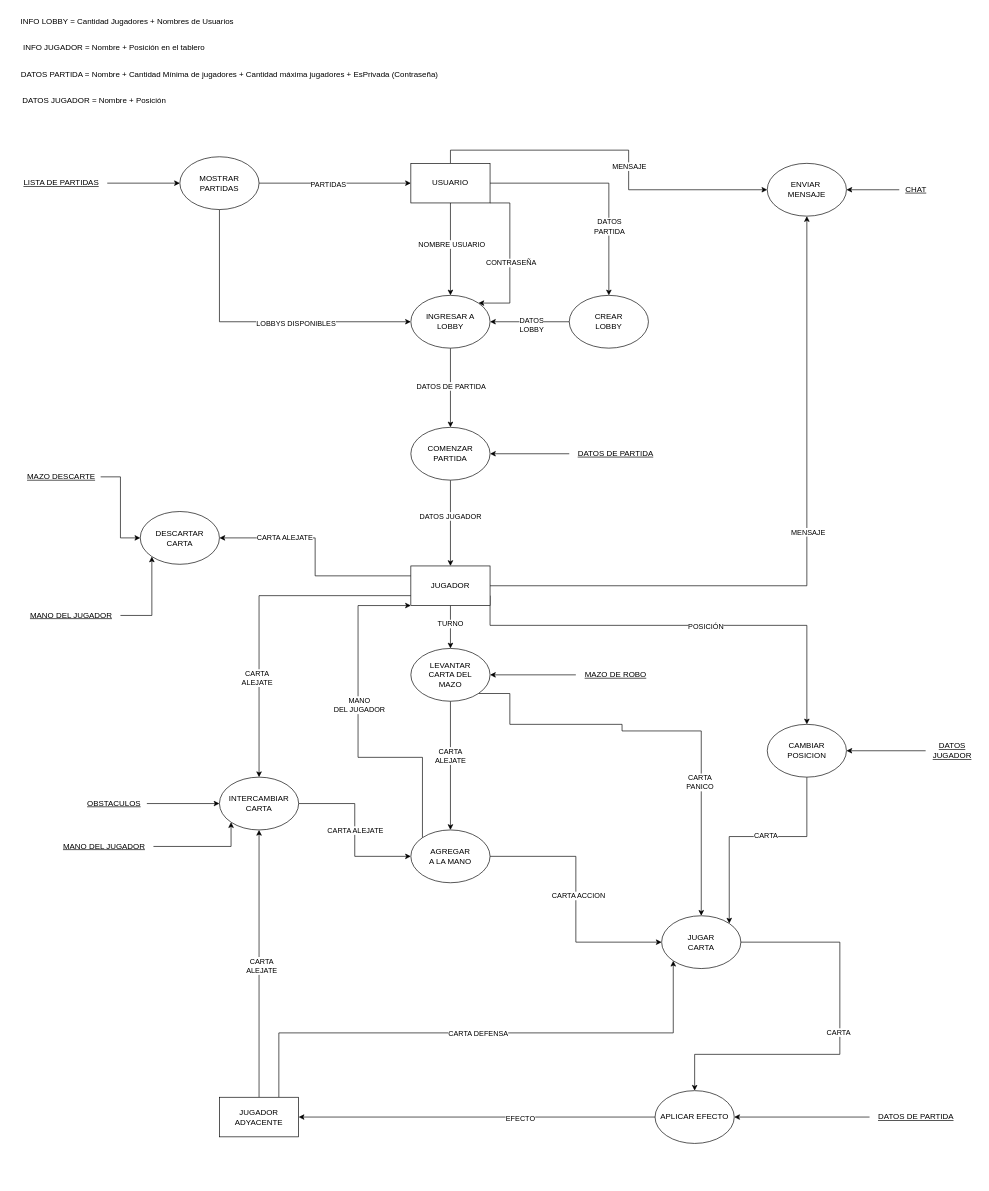
The draw.io diagram take-home/dfd.drawio in irmrz/ingenieria-software-1, before the edit. Source tidied: cells renumbered, new cells numbered last; positions are measured from the earlier drawing's top-left corner, leaving out a move shared by most shapes. Both pictures are drawn from the tidied source at 66%, with x=0, y=0 at pixel (15, 11).
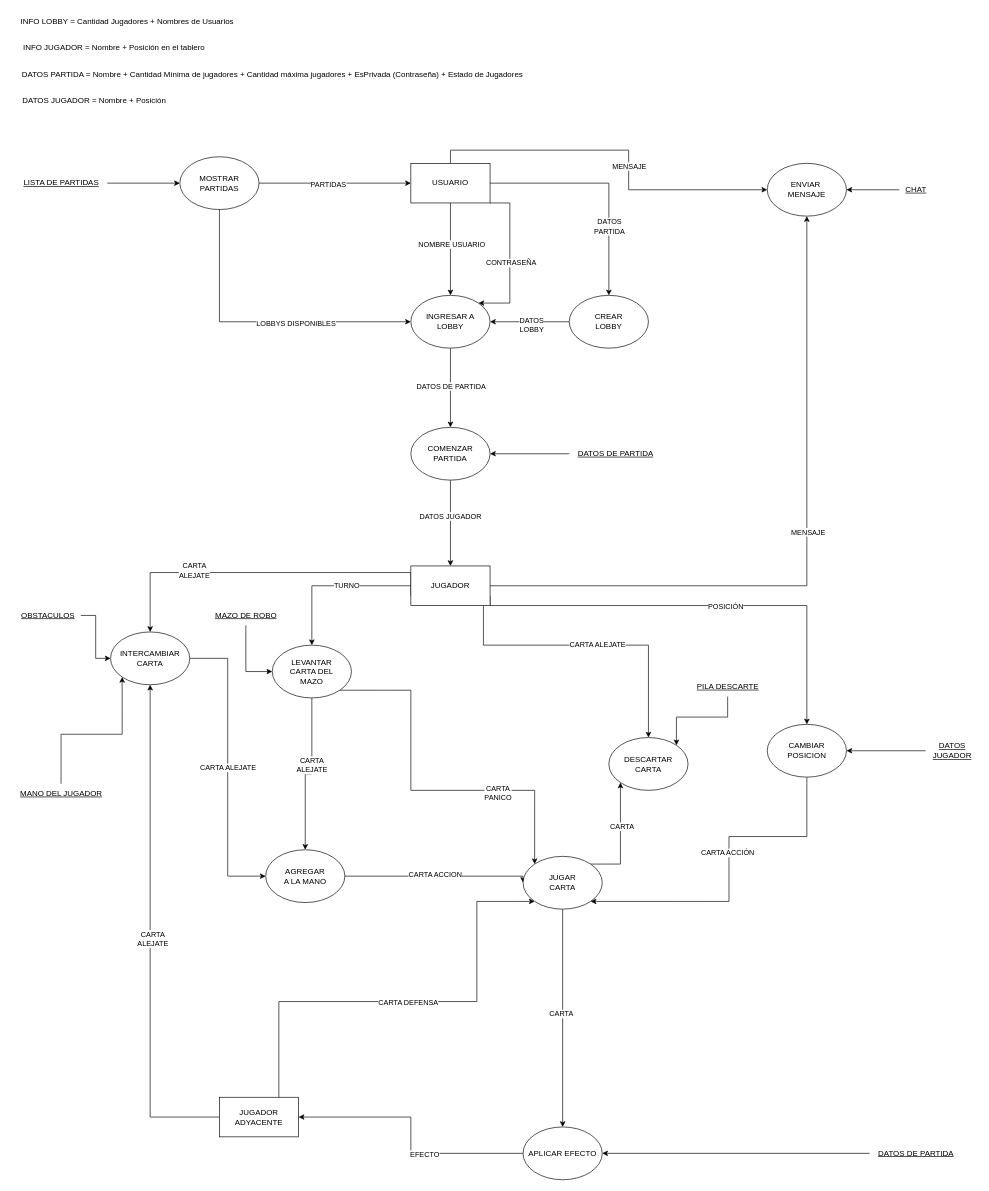
The same page after the edit.

The change refers to these unchanged cells:
```xml
<mxCell id="51" value="JUGADOR" style="rounded=0;whiteSpace=wrap;html=1;" parent="1" vertex="1">
  <mxGeometry x="600" y="840" width="120" height="60" as="geometry" />
</mxCell>
<mxCell id="82" value="&lt;div&gt;JUGADOR&lt;/div&gt;&lt;div&gt;ADYACENTE&lt;br&gt;&lt;/div&gt;" style="rounded=0;whiteSpace=wrap;html=1;" parent="1" vertex="1">
  <mxGeometry x="310" y="1645" width="120" height="60" as="geometry" />
</mxCell>
<mxCell id="95" value="&lt;div&gt;CAMBIAR&lt;/div&gt;&lt;div&gt;POSICION&lt;br&gt;&lt;/div&gt;" style="ellipse;whiteSpace=wrap;html=1;" parent="1" vertex="1">
  <mxGeometry x="1140" y="1080" width="120" height="80" as="geometry" />
</mxCell>
```

The edit, as a diff of the source:
```diff
@@
     <mxCell id="45" style="edgeStyle=orthogonalEdgeStyle;rounded=0;jettySize=auto;html=1;exitX=0;exitY=0.75;exitDx=0;exitDy=0;entryX=0.5;entryY=0;entryDx=0;entryDy=0;" parent="1" edge="1" source="51" target="77">
-      <mxGeometry relative="1" as="geometry" />
+      <mxGeometry relative="1" as="geometry">
+        <Array as="points">
+          <mxPoint x="600" y="850" />
+          <mxPoint x="205" y="850" />
+        </Array>
+      </mxGeometry>
     </mxCell>
@@
+    <mxCell id="49" style="edgeStyle=orthogonalEdgeStyle;rounded=0;jettySize=auto;html=1;exitX=1;exitY=0.75;exitDx=0;exitDy=0;entryX=0.5;entryY=0;entryDx=0;entryDy=0;" parent="1" edge="1" source="51" target="95">
+      <mxGeometry relative="1" as="geometry">
+        <Array as="points">
+          <mxPoint x="720" y="900" />
+          <mxPoint x="1200" y="900" />
+        </Array>
+      </mxGeometry>
+    </mxCell>
+    <mxCell id="50" value="POSICIÓN" style="edgeLabel;html=1;align=center;verticalAlign=middle;" parent="49" vertex="1">
+      <mxGeometry x="0.1" y="-1" relative="1" as="geometry" />
+    </mxCell>
-    <mxCell id="47" style="edgeStyle=orthogonalEdgeStyle;rounded=0;jettySize=auto;html=1;exitX=0;exitY=0.25;exitDx=0;exitDy=0;entryX=1;entryY=0.5;entryDx=0;entryDy=0;" parent="1" edge="1" source="51" target="74">
-      <mxGeometry relative="1" as="geometry" />
+    <mxCell id="47" style="edgeStyle=orthogonalEdgeStyle;rounded=0;jettySize=auto;html=1;entryX=0.5;entryY=0;entryDx=0;entryDy=0;" parent="1" edge="1" source="51" target="74">
+      <mxGeometry relative="1" as="geometry">
+        <Array as="points">
+          <mxPoint x="710" y="960" />
+          <mxPoint x="960" y="960" />
+        </Array>
+      </mxGeometry>
     </mxCell>
     <mxCell id="48" value="CARTA ALEJATE" style="edgeLabel;html=1;align=center;verticalAlign=middle;" parent="47" vertex="1">
-      <mxGeometry x="0.44" y="-1" relative="1" as="geometry">
-        <mxPoint x="1" as="offset" />
-      </mxGeometry>
+      <mxGeometry x="0.03" y="1" relative="1" as="geometry" />
     </mxCell>
-    <mxCell id="49" style="edgeStyle=orthogonalEdgeStyle;rounded=0;jettySize=auto;html=1;exitX=1;exitY=0.75;exitDx=0;exitDy=0;entryX=0.5;entryY=0;entryDx=0;entryDy=0;" parent="1" edge="1" source="51" target="95">
-      <mxGeometry relative="1" as="geometry">
-        <Array as="points">
-          <mxPoint x="720" y="930" />
-          <mxPoint x="1200" y="930" />
-        </Array>
-      </mxGeometry>
-    </mxCell>
-    <mxCell id="50" value="POSICIÓN" style="edgeLabel;html=1;align=center;verticalAlign=middle;" parent="49" vertex="1">
-      <mxGeometry x="0.1" y="-1" relative="1" as="geometry" />
-    </mxCell>
@@
-    <mxCell id="54" value="DATOS PARTIDA = Nombre + Cantidad Mínima de jugadores + Cantidad máxima jugadores + EsPrivada (Contraseña)" style="text;html=1;align=center;verticalAlign=middle;strokeColor=none;fillColor=none;" parent="1" vertex="1">
-      <mxGeometry y="80" width="650" height="30" as="geometry" />
+    <mxCell id="54" value="DATOS PARTIDA = Nombre + Cantidad Mínima de jugadores + Cantidad máxima jugadores + EsPrivada (Contraseña) + Estado de Jugadores" style="text;html=1;align=center;verticalAlign=middle;strokeColor=none;fillColor=none;" parent="1" vertex="1">
+      <mxGeometry y="80" width="780" height="30" as="geometry" />
     </mxCell>
@@
-    <mxCell id="60" style="edgeStyle=orthogonalEdgeStyle;rounded=0;jettySize=auto;html=1;exitX=1;exitY=1;exitDx=0;exitDy=0;entryX=0.5;entryY=0;entryDx=0;entryDy=0;" parent="1" edge="1" source="62" target="87">
+    <mxCell id="60" style="edgeStyle=orthogonalEdgeStyle;rounded=0;jettySize=auto;html=1;exitX=1;exitY=1;exitDx=0;exitDy=0;entryX=0;entryY=0;entryDx=0;entryDy=0;" parent="1" edge="1" source="62" target="87">
       <mxGeometry relative="1" as="geometry">
         <Array as="points">
-          <mxPoint x="750" y="1033" />
-          <mxPoint x="750" y="1080" />
-          <mxPoint x="920" y="1080" />
-          <mxPoint x="920" y="1090" />
+          <mxPoint x="600" y="1028" />
+          <mxPoint x="600" y="1180" />
+          <mxPoint x="788" y="1180" />
         </Array>
       </mxGeometry>
     </mxCell>
@@
     <mxCell id="62" value="&lt;div&gt;LEVANTAR &lt;br&gt;&lt;/div&gt;&lt;div&gt;CARTA DEL &lt;br&gt;&lt;/div&gt;&lt;div&gt;MAZO&lt;br&gt;&lt;/div&gt;" style="ellipse;whiteSpace=wrap;html=1;" parent="1" vertex="1">
-      <mxGeometry x="600" y="965" width="120" height="80" as="geometry" />
+      <mxGeometry x="390" y="960" width="120" height="80" as="geometry" />
     </mxCell>
-    <mxCell id="63" style="edgeStyle=orthogonalEdgeStyle;rounded=0;jettySize=auto;html=1;entryX=1;entryY=0.5;entryDx=0;entryDy=0;" parent="1" edge="1" source="64" target="62">
-      <mxGeometry relative="1" as="geometry" />
+    <mxCell id="63" style="edgeStyle=orthogonalEdgeStyle;rounded=0;jettySize=auto;html=1;" parent="1" edge="1" source="64">
+      <mxGeometry relative="1" as="geometry">
+        <mxPoint x="390" y="1000" as="targetPoint" />
+        <Array as="points">
+          <mxPoint x="350" y="1000" />
+        </Array>
+      </mxGeometry>
     </mxCell>
     <mxCell id="64" value="&lt;u&gt;MAZO DE ROBO&lt;br&gt;&lt;/u&gt;" style="text;html=1;align=center;verticalAlign=middle;points=[];strokeColor=none;fillColor=none;" parent="1" vertex="1">
-      <mxGeometry x="850" y="990" width="120" height="30" as="geometry" />
+      <mxGeometry x="290" y="900" width="120" height="30" as="geometry" />
     </mxCell>
-    <mxCell id="65" style="edgeStyle=orthogonalEdgeStyle;rounded=0;jettySize=auto;html=1;exitX=0;exitY=0;exitDx=0;exitDy=0;" parent="1" edge="1" source="69">
-      <mxGeometry relative="1" as="geometry">
-        <mxPoint x="600" y="900" as="targetPoint" />
-        <Array as="points">
-          <mxPoint x="618" y="1130" />
-          <mxPoint x="520" y="1130" />
-          <mxPoint x="520" y="900" />
-        </Array>
-      </mxGeometry>
-    </mxCell>
-    <mxCell id="66" value="&lt;div&gt;MANO&lt;/div&gt;&lt;div&gt;DEL JUGADOR&lt;br&gt;&lt;/div&gt;" style="edgeLabel;html=1;align=center;verticalAlign=middle;" parent="65" vertex="1">
-      <mxGeometry y="-1" relative="1" as="geometry">
-        <mxPoint y="-34" as="offset" />
-      </mxGeometry>
-    </mxCell>
     <mxCell id="67" style="edgeStyle=orthogonalEdgeStyle;rounded=0;jettySize=auto;html=1;exitX=1;exitY=0.5;exitDx=0;exitDy=0;entryX=0;entryY=0.5;entryDx=0;entryDy=0;" parent="1" edge="1" source="69" target="87">
-      <mxGeometry relative="1" as="geometry" />
+      <mxGeometry relative="1" as="geometry">
+        <Array as="points">
+          <mxPoint x="770" y="1310" />
+        </Array>
+      </mxGeometry>
     </mxCell>
@@
     <mxCell id="69" value="&lt;div&gt;AGREGAR&lt;/div&gt;&lt;div&gt;A LA MANO&lt;br&gt;&lt;/div&gt;" style="ellipse;whiteSpace=wrap;html=1;" parent="1" vertex="1">
-      <mxGeometry x="600" y="1240" width="120" height="80" as="geometry" />
+      <mxGeometry x="380" y="1270" width="120" height="80" as="geometry" />
     </mxCell>
-    <mxCell id="70" style="edgeStyle=orthogonalEdgeStyle;rounded=0;jettySize=auto;html=1;entryX=0;entryY=1;entryDx=0;entryDy=0;" parent="1" edge="1" source="71" target="74">
-      <mxGeometry relative="1" as="geometry" />
+    <mxCell id="70" style="edgeStyle=orthogonalEdgeStyle;rounded=0;orthogonalLoop=1;jettySize=auto;html=1;entryX=0;entryY=1;entryDx=0;entryDy=0;" parent="1" edge="1">
+      <mxGeometry relative="1" as="geometry">
+        <mxPoint x="160" y="915.1" as="sourcePoint" />
+      </mxGeometry>
     </mxCell>
-    <mxCell id="71" value="&lt;u&gt;MANO DEL JUGADOR&lt;br&gt;&lt;/u&gt;" style="text;html=1;align=center;verticalAlign=middle;points=[];strokeColor=none;fillColor=none;" parent="1" vertex="1">
-      <mxGeometry x="10" y="900" width="150" height="30" as="geometry" />
-    </mxCell>
-    <mxCell id="72" style="edgeStyle=orthogonalEdgeStyle;rounded=0;jettySize=auto;html=1;entryX=0;entryY=0.5;entryDx=0;entryDy=0;" parent="1" edge="1" source="73" target="74">
-      <mxGeometry relative="1" as="geometry" />
+    <mxCell id="72" style="edgeStyle=orthogonalEdgeStyle;rounded=0;orthogonalLoop=1;jettySize=auto;html=1;entryX=0;entryY=0.5;entryDx=0;entryDy=0;" parent="1" edge="1">
+      <mxGeometry relative="1" as="geometry">
+        <mxPoint x="130" y="705.1" as="sourcePoint" />
+      </mxGeometry>
     </mxCell>
-    <mxCell id="73" value="&lt;u&gt;MAZO DESCARTE&lt;/u&gt;" style="text;html=1;align=center;verticalAlign=middle;points=[];strokeColor=none;fillColor=none;" parent="1" vertex="1">
-      <mxGeometry x="10" y="690" width="120" height="30" as="geometry" />
-    </mxCell>
-    <mxCell id="74" value="&lt;div&gt;DESCARTAR&lt;/div&gt;&lt;div&gt;CARTA&lt;br&gt;&lt;/div&gt;" style="ellipse;whiteSpace=wrap;html=1;" parent="1" vertex="1">
-      <mxGeometry x="190" y="757.5" width="120" height="80" as="geometry" />
-    </mxCell>
@@
     <mxCell id="77" value="&lt;div&gt;INTERCAMBIAR&lt;/div&gt;&lt;div&gt;CARTA&lt;br&gt;&lt;/div&gt;" style="ellipse;whiteSpace=wrap;html=1;" parent="1" vertex="1">
-      <mxGeometry x="310" y="1160" width="120" height="80" as="geometry" />
+      <mxGeometry x="145" y="940" width="120" height="80" as="geometry" />
     </mxCell>
@@
     <mxCell id="80" style="edgeStyle=orthogonalEdgeStyle;rounded=0;jettySize=auto;html=1;exitX=0.75;exitY=0;exitDx=0;exitDy=0;entryX=0;entryY=1;entryDx=0;entryDy=0;" parent="1" edge="1" source="82" target="87">
-      <mxGeometry relative="1" as="geometry" />
+      <mxGeometry relative="1" as="geometry">
+        <Array as="points">
+          <mxPoint x="400" y="1500" />
+          <mxPoint x="700" y="1500" />
+          <mxPoint x="700" y="1348" />
+        </Array>
+      </mxGeometry>
     </mxCell>
@@
     <mxCell id="84" value="&lt;u&gt;OBSTACULOS&lt;/u&gt;" style="text;html=1;align=center;verticalAlign=middle;points=[];strokeColor=none;fillColor=none;" parent="1" vertex="1">
-      <mxGeometry x="100" y="1185" width="100" height="30" as="geometry" />
+      <mxGeometry y="900" width="100" height="30" as="geometry" />
     </mxCell>
-    <mxCell id="85" style="edgeStyle=orthogonalEdgeStyle;rounded=0;jettySize=auto;html=1;exitX=1;exitY=0.5;exitDx=0;exitDy=0;entryX=0.5;entryY=0;entryDx=0;entryDy=0;" parent="1" edge="1" source="87" target="90">
+    <mxCell id="85" style="edgeStyle=orthogonalEdgeStyle;rounded=0;jettySize=auto;html=1;exitX=0.5;exitY=1;exitDx=0;exitDy=0;entryX=0.5;entryY=0;entryDx=0;entryDy=0;" parent="1" edge="1" source="87" target="90">
       <mxGeometry relative="1" as="geometry">
         <Array as="points">
-          <mxPoint x="1250" y="1410" />
-          <mxPoint x="1250" y="1580" />
+          <mxPoint x="830" y="1410" />
+          <mxPoint x="830" y="1410" />
         </Array>
       </mxGeometry>
     </mxCell>
@@
+    <mxCell id="100" style="edgeStyle=orthogonalEdgeStyle;rounded=0;jettySize=auto;html=1;exitX=1;exitY=0;exitDx=0;exitDy=0;entryX=0;entryY=1;entryDx=0;entryDy=0;" parent="1" edge="1" source="87" target="74">
+      <mxGeometry relative="1" as="geometry" />
+    </mxCell>
+    <mxCell id="101" value="CARTA" style="edgeLabel;html=1;align=center;verticalAlign=middle;" parent="100" vertex="1">
+      <mxGeometry x="0.21" y="-2" relative="1" as="geometry" />
+    </mxCell>
     <mxCell id="87" value="&lt;div&gt;JUGAR&lt;/div&gt;&lt;div&gt;CARTA&lt;br&gt;&lt;/div&gt;" style="ellipse;whiteSpace=wrap;html=1;" parent="1" vertex="1">
-      <mxGeometry x="980" y="1370" width="120" height="80" as="geometry" />
+      <mxGeometry x="770" y="1280" width="120" height="80" as="geometry" />
     </mxCell>
@@
     <mxCell id="90" value="APLICAR EFECTO" style="ellipse;whiteSpace=wrap;html=1;" parent="1" vertex="1">
-      <mxGeometry x="970" y="1635" width="120" height="80" as="geometry" />
+      <mxGeometry x="770" y="1690" width="120" height="80" as="geometry" />
     </mxCell>
@@
     <mxCell id="92" value="&lt;u&gt;DATOS DE PARTIDA&lt;br&gt;&lt;/u&gt;" style="text;html=1;align=center;verticalAlign=middle;points=[];strokeColor=none;fillColor=none;" parent="1" vertex="1">
-      <mxGeometry x="1295" y="1660" width="140" height="30" as="geometry" />
+      <mxGeometry x="1295" y="1715" width="140" height="30" as="geometry" />
     </mxCell>
-    <mxCell id="93" style="edgeStyle=orthogonalEdgeStyle;rounded=0;jettySize=auto;html=1;entryX=1;entryY=0;entryDx=0;entryDy=0;" parent="1" edge="1" source="95" target="87">
+    <mxCell id="93" style="edgeStyle=orthogonalEdgeStyle;rounded=0;jettySize=auto;html=1;entryX=1;entryY=1;entryDx=0;entryDy=0;" parent="1" edge="1" source="95" target="87">
       <mxGeometry relative="1" as="geometry">
         <Array as="points">
           <mxPoint x="1200" y="1250" />
           <mxPoint x="1082" y="1250" />
+          <mxPoint x="1082" y="1348" />
         </Array>
       </mxGeometry>
     </mxCell>
-    <mxCell id="94" value="CARTA" style="edgeLabel;html=1;align=center;verticalAlign=middle;" parent="93" vertex="1">
+    <mxCell id="94" value="CARTA ACCIÓN" style="edgeLabel;html=1;align=center;verticalAlign=middle;" parent="93" vertex="1">
       <mxGeometry x="-0.1" y="-3" relative="1" as="geometry" />
     </mxCell>
@@
     <mxCell id="99" value="&lt;u&gt;MANO DEL JUGADOR&lt;br&gt;&lt;/u&gt;" style="text;html=1;align=center;verticalAlign=middle;points=[];strokeColor=none;fillColor=none;" parent="1" vertex="1">
-      <mxGeometry x="60" y="1250" width="150" height="30" as="geometry" />
+      <mxGeometry x="-5" y="1170" width="150" height="30" as="geometry" />
     </mxCell>
+    <mxCell id="74" value="&lt;div&gt;DESCARTAR&lt;/div&gt;&lt;div&gt;CARTA&lt;br&gt;&lt;/div&gt;" style="ellipse;whiteSpace=wrap;html=1;" parent="1" vertex="1">
+      <mxGeometry x="900" y="1100" width="120" height="80" as="geometry" />
+    </mxCell>
+    <mxCell id="102" style="edgeStyle=orthogonalEdgeStyle;rounded=0;jettySize=auto;html=1;entryX=1;entryY=0;entryDx=0;entryDy=0;" parent="1" edge="1" source="103" target="74">
+      <mxGeometry relative="1" as="geometry" />
+    </mxCell>
+    <mxCell id="103" value="&lt;u&gt;PILA DESCARTE&lt;br&gt;&lt;/u&gt;" style="text;html=1;align=center;verticalAlign=middle;points=[];strokeColor=none;fillColor=none;" parent="1" vertex="1">
+      <mxGeometry x="1020" y="1008" width="120" height="30" as="geometry" />
+    </mxCell>
```
